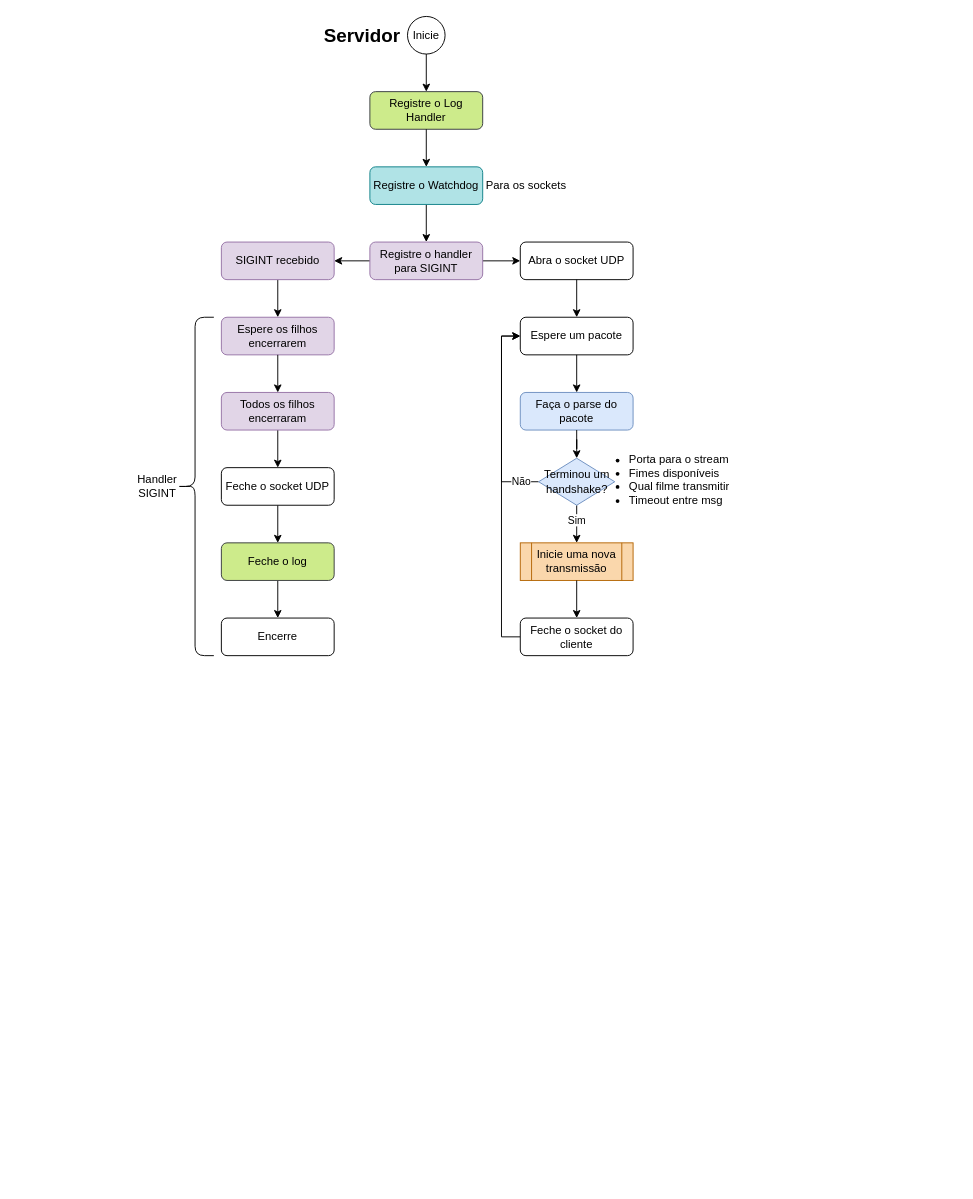
This is page "Servidor" (1 of 6) of SRT.drawio from nico-ig/UDP-Video-Streaming, a draw.io file, before an edit. Source tidied: cells renumbered, new cells numbered last; positions are measured from the earlier drawing's top-left corner, leaving out a move shared by most shapes. Both pictures are drawn from the tidied source at 94%, with x=0, y=0 at pixel (129, 16).
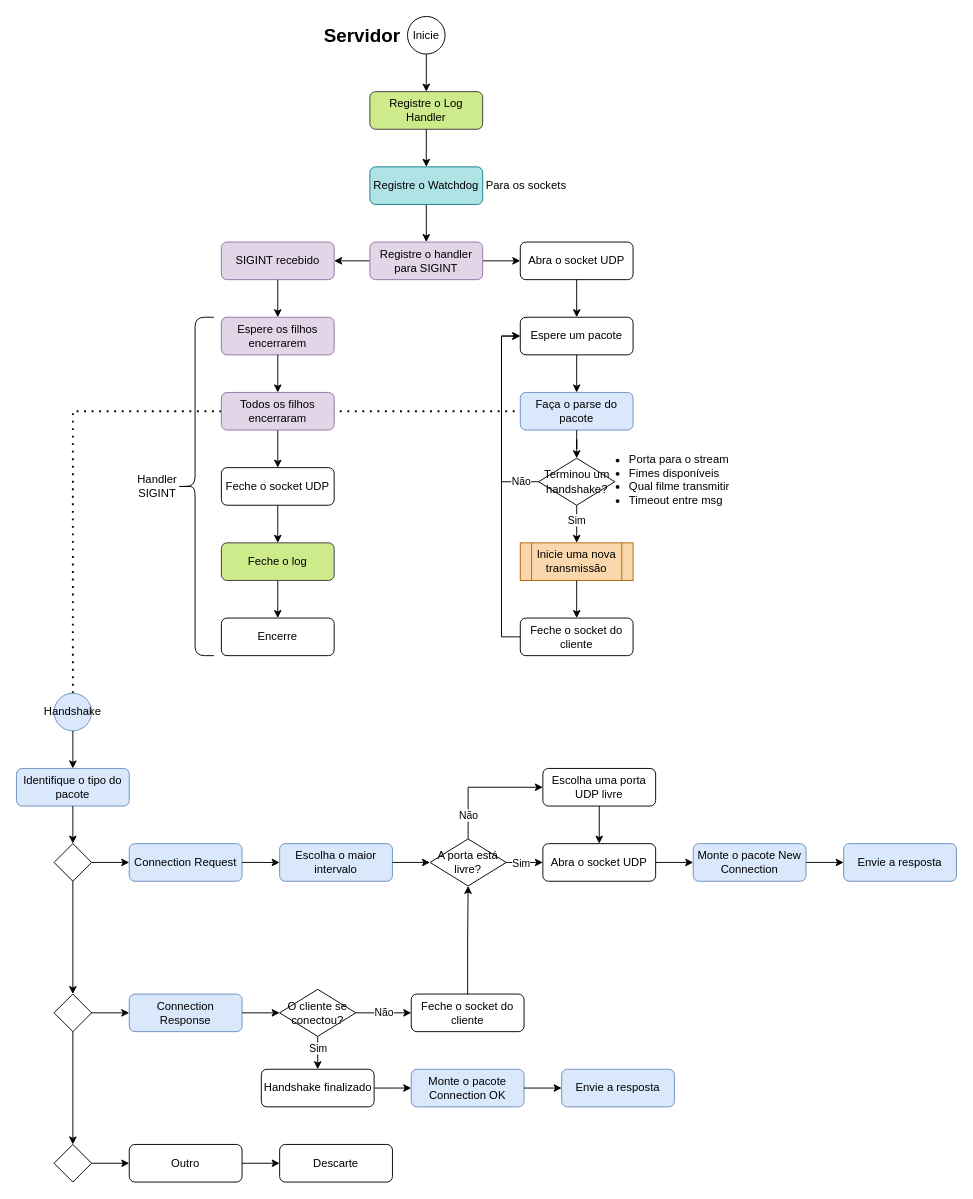
The same page after the edit.

Commit message (it also covers changes not shown here):
Added server handshake

Unchanged cells that the change refers to:
```xml
<mxCell id="13" value="Faça o parse do pacote" style="rounded=1;whiteSpace=wrap;html=1;fillColor=#dae8fc;strokeColor=#6c8ebf;" parent="1" vertex="1">
  <mxGeometry x="416" y="400" width="120" height="40" as="geometry" />
</mxCell>
```

The edit, as a diff of the source:
```diff
@@
+    <mxCell id="40" style="endArrow=none;dashed=1;html=1;dashPattern=1 3;strokeWidth=2;rounded=0;entryX=0;entryY=0.5;entryDx=0;entryDy=0;exitX=0.5;exitY=0;exitDx=0;exitDy=0;" parent="1" edge="1" source="42" target="13">
+      <mxGeometry relative="1" as="geometry">
+        <Array as="points">
+          <mxPoint x="-60" y="420" />
+        </Array>
+      </mxGeometry>
+    </mxCell>
@@
-    <mxCell id="25" value="Terminou um handshake?" style="rhombus;whiteSpace=wrap;html=1;fillColor=#dae8fc;strokeColor=#6c8ebf;" parent="1" vertex="1">
+    <mxCell id="25" value="Terminou um handshake?" style="rhombus;whiteSpace=wrap;html=1;" parent="1" vertex="1">
       <mxGeometry x="435.5" y="470" width="81" height="50" as="geometry" />
     </mxCell>
@@
+    <mxCell id="41" style="group;" parent="1" vertex="1">
+      <mxGeometry x="-120" y="720" width="1000" height="520" as="geometry" />
+    </mxCell>
+    <mxCell id="42" value="Handshake" style="ellipse;whiteSpace=wrap;html=1;fillColor=#dae8fc;strokeColor=#6c8ebf;" parent="41" vertex="1">
+      <mxGeometry x="40" width="40" height="40" as="geometry" />
+    </mxCell>
+    <mxCell id="43" value="Identifique o tipo do pacote" style="rounded=1;whiteSpace=wrap;html=1;fillColor=#dae8fc;strokeColor=#6c8ebf;" parent="41" vertex="1">
+      <mxGeometry y="80" width="120" height="40" as="geometry" />
+    </mxCell>
+    <mxCell id="44" style="edgeStyle=orthogonalEdgeStyle;rounded=0;jettySize=auto;html=1;" parent="41" edge="1" source="42" target="43">
+      <mxGeometry relative="1" as="geometry" />
+    </mxCell>
+    <mxCell id="45" style="rhombus;whiteSpace=wrap;html=1;" parent="41" vertex="1">
+      <mxGeometry x="40" y="160" width="40" height="40" as="geometry" />
+    </mxCell>
+    <mxCell id="46" style="edgeStyle=orthogonalEdgeStyle;rounded=0;jettySize=auto;html=1;" parent="41" edge="1" source="43" target="45">
+      <mxGeometry relative="1" as="geometry" />
+    </mxCell>
+    <mxCell id="47" value="Connection Request" style="rounded=1;whiteSpace=wrap;html=1;fillColor=#dae8fc;strokeColor=#6c8ebf;" parent="41" vertex="1">
+      <mxGeometry x="120" y="160" width="120" height="40" as="geometry" />
+    </mxCell>
+    <mxCell id="48" style="edgeStyle=orthogonalEdgeStyle;rounded=0;jettySize=auto;html=1;" parent="41" edge="1" source="45" target="47">
+      <mxGeometry relative="1" as="geometry" />
+    </mxCell>
+    <mxCell id="49" style="rhombus;whiteSpace=wrap;html=1;" parent="41" vertex="1">
+      <mxGeometry x="40" y="320" width="40" height="40" as="geometry" />
+    </mxCell>
+    <mxCell id="50" style="edgeStyle=orthogonalEdgeStyle;rounded=0;jettySize=auto;html=1;" parent="41" edge="1" source="45" target="49">
+      <mxGeometry relative="1" as="geometry" />
+    </mxCell>
+    <mxCell id="51" value="Connection Response" style="rounded=1;whiteSpace=wrap;html=1;fillColor=#dae8fc;strokeColor=#6c8ebf;" parent="41" vertex="1">
+      <mxGeometry x="120" y="320" width="120" height="40" as="geometry" />
+    </mxCell>
+    <mxCell id="52" style="edgeStyle=orthogonalEdgeStyle;rounded=0;jettySize=auto;html=1;" parent="41" edge="1" source="49" target="51">
+      <mxGeometry relative="1" as="geometry" />
+    </mxCell>
+    <mxCell id="53" value="Escolha o maior intervalo" style="rounded=1;whiteSpace=wrap;html=1;fillColor=#dae8fc;strokeColor=#6c8ebf;" parent="41" vertex="1">
+      <mxGeometry x="280" y="160" width="120" height="40" as="geometry" />
+    </mxCell>
+    <mxCell id="54" style="edgeStyle=orthogonalEdgeStyle;rounded=0;jettySize=auto;html=1;" parent="41" edge="1" source="47" target="53">
+      <mxGeometry relative="1" as="geometry" />
+    </mxCell>
+    <mxCell id="55" value="Monte o pacote New Connection" style="rounded=1;whiteSpace=wrap;html=1;fillColor=#dae8fc;strokeColor=#6c8ebf;" parent="41" vertex="1">
+      <mxGeometry x="720" y="160" width="120" height="40" as="geometry" />
+    </mxCell>
+    <mxCell id="56" value="Envie a resposta" style="rounded=1;whiteSpace=wrap;html=1;fillColor=#dae8fc;strokeColor=#6c8ebf;" parent="41" vertex="1">
+      <mxGeometry x="880" y="160" width="120" height="40" as="geometry" />
+    </mxCell>
+    <mxCell id="57" style="edgeStyle=orthogonalEdgeStyle;rounded=0;jettySize=auto;html=1;" parent="41" edge="1" source="55" target="56">
+      <mxGeometry relative="1" as="geometry" />
+    </mxCell>
+    <mxCell id="58" value="O cliente se conectou?" style="rhombus;whiteSpace=wrap;html=1;" parent="41" vertex="1">
+      <mxGeometry x="280" y="315" width="81" height="50" as="geometry" />
+    </mxCell>
+    <mxCell id="59" style="edgeStyle=orthogonalEdgeStyle;rounded=0;jettySize=auto;html=1;" parent="41" edge="1" source="51" target="58">
+      <mxGeometry relative="1" as="geometry" />
+    </mxCell>
+    <mxCell id="60" value="Handshake finalizado" style="rounded=1;whiteSpace=wrap;html=1;" parent="41" vertex="1">
+      <mxGeometry x="260.5" y="400" width="120" height="40" as="geometry" />
+    </mxCell>
+    <mxCell id="61" style="edgeStyle=orthogonalEdgeStyle;rounded=0;jettySize=auto;html=1;" parent="41" edge="1" source="58" target="60">
+      <mxGeometry relative="1" as="geometry" />
+    </mxCell>
+    <mxCell id="62" value="Sim" style="edgeLabel;html=1;align=center;verticalAlign=middle;" parent="61" vertex="1">
+      <mxGeometry relative="1" as="geometry">
+        <mxPoint y="-5" as="offset" />
+      </mxGeometry>
+    </mxCell>
+    <mxCell id="63" style="rhombus;whiteSpace=wrap;html=1;" parent="41" vertex="1">
+      <mxGeometry x="40" y="480" width="40" height="40" as="geometry" />
+    </mxCell>
+    <mxCell id="64" style="edgeStyle=orthogonalEdgeStyle;rounded=0;jettySize=auto;html=1;" parent="41" edge="1" source="49" target="63">
+      <mxGeometry relative="1" as="geometry" />
+    </mxCell>
+    <mxCell id="65" value="Outro" style="rounded=1;whiteSpace=wrap;html=1;" parent="41" vertex="1">
+      <mxGeometry x="120" y="480" width="120" height="40" as="geometry" />
+    </mxCell>
+    <mxCell id="66" style="edgeStyle=orthogonalEdgeStyle;rounded=0;jettySize=auto;html=1;" parent="41" edge="1" source="63" target="65">
+      <mxGeometry relative="1" as="geometry" />
+    </mxCell>
+    <mxCell id="67" value="Descarte" style="rounded=1;whiteSpace=wrap;html=1;" parent="41" vertex="1">
+      <mxGeometry x="280" y="480" width="120" height="40" as="geometry" />
+    </mxCell>
+    <mxCell id="68" style="edgeStyle=orthogonalEdgeStyle;rounded=0;jettySize=auto;html=1;entryX=0;entryY=0.5;entryDx=0;entryDy=0;" parent="41" edge="1" source="65" target="67">
+      <mxGeometry relative="1" as="geometry" />
+    </mxCell>
+    <mxCell id="69" value="Feche o socket do cliente" style="rounded=1;whiteSpace=wrap;html=1;" parent="41" vertex="1">
+      <mxGeometry x="420" y="320" width="120" height="40" as="geometry" />
+    </mxCell>
+    <mxCell id="70" value="Não" style="edgeStyle=orthogonalEdgeStyle;rounded=0;jettySize=auto;html=1;" parent="41" edge="1" source="58" target="69">
+      <mxGeometry relative="1" as="geometry" />
+    </mxCell>
+    <mxCell id="71" value="A porta está livre?" style="rhombus;whiteSpace=wrap;html=1;" parent="41" vertex="1">
+      <mxGeometry x="440" y="155" width="81" height="50" as="geometry" />
+    </mxCell>
+    <mxCell id="72" style="edgeStyle=orthogonalEdgeStyle;rounded=0;jettySize=auto;html=1;" parent="41" edge="1" source="53" target="71">
+      <mxGeometry relative="1" as="geometry" />
+    </mxCell>
+    <mxCell id="73" style="edgeStyle=orthogonalEdgeStyle;rounded=0;jettySize=auto;html=1;exitX=0.5;exitY=0;exitDx=0;exitDy=0;entryX=0.5;entryY=1;entryDx=0;entryDy=0;" parent="41" edge="1" source="69" target="71">
+      <mxGeometry relative="1" as="geometry" />
+    </mxCell>
+    <mxCell id="74" style="edgeStyle=orthogonalEdgeStyle;rounded=0;jettySize=auto;html=1;" parent="41" edge="1" source="75" target="55">
+      <mxGeometry relative="1" as="geometry" />
+    </mxCell>
+    <mxCell id="75" value="Abra o socket UDP" style="rounded=1;whiteSpace=wrap;html=1;" parent="41" vertex="1">
+      <mxGeometry x="560" y="160" width="120" height="40" as="geometry" />
+    </mxCell>
+    <mxCell id="76" style="edgeStyle=orthogonalEdgeStyle;rounded=0;jettySize=auto;html=1;" parent="41" edge="1" source="71" target="75">
+      <mxGeometry relative="1" as="geometry">
+        <Array as="points">
+          <mxPoint x="540" y="180" />
+          <mxPoint x="540" y="180" />
+        </Array>
+      </mxGeometry>
+    </mxCell>
+    <mxCell id="77" value="Sim" style="edgeLabel;html=1;align=center;verticalAlign=middle;" parent="76" vertex="1">
+      <mxGeometry x="-0.07" relative="1" as="geometry">
+        <mxPoint x="-3" as="offset" />
+      </mxGeometry>
+    </mxCell>
+    <mxCell id="78" style="edgeStyle=orthogonalEdgeStyle;rounded=0;jettySize=auto;html=1;" parent="41" edge="1" source="79" target="75">
+      <mxGeometry relative="1" as="geometry" />
+    </mxCell>
+    <mxCell id="79" value="Escolha uma porta UDP livre" style="rounded=1;whiteSpace=wrap;html=1;" parent="41" vertex="1">
+      <mxGeometry x="560" y="80" width="120" height="40" as="geometry" />
+    </mxCell>
+    <mxCell id="80" value="Não" style="edgeStyle=orthogonalEdgeStyle;rounded=0;jettySize=auto;html=1;exitX=0.5;exitY=0;exitDx=0;exitDy=0;entryX=0;entryY=0.5;entryDx=0;entryDy=0;" parent="41" edge="1" source="71" target="79">
+      <mxGeometry x="-0.63" relative="1" as="geometry" />
+    </mxCell>
+    <mxCell id="81" value="Monte o pacote Connection OK" style="rounded=1;whiteSpace=wrap;html=1;fillColor=#dae8fc;strokeColor=#6c8ebf;" parent="41" vertex="1">
+      <mxGeometry x="420" y="400" width="120" height="40" as="geometry" />
+    </mxCell>
+    <mxCell id="82" style="edgeStyle=orthogonalEdgeStyle;rounded=0;jettySize=auto;html=1;" parent="41" edge="1" source="60" target="81">
+      <mxGeometry relative="1" as="geometry" />
+    </mxCell>
+    <mxCell id="83" value="Envie a resposta" style="rounded=1;whiteSpace=wrap;html=1;fillColor=#dae8fc;strokeColor=#6c8ebf;" parent="41" vertex="1">
+      <mxGeometry x="580" y="400" width="120" height="40" as="geometry" />
+    </mxCell>
+    <mxCell id="84" style="edgeStyle=orthogonalEdgeStyle;rounded=0;jettySize=auto;html=1;" parent="41" edge="1" source="81" target="83">
+      <mxGeometry relative="1" as="geometry" />
+    </mxCell>
```
